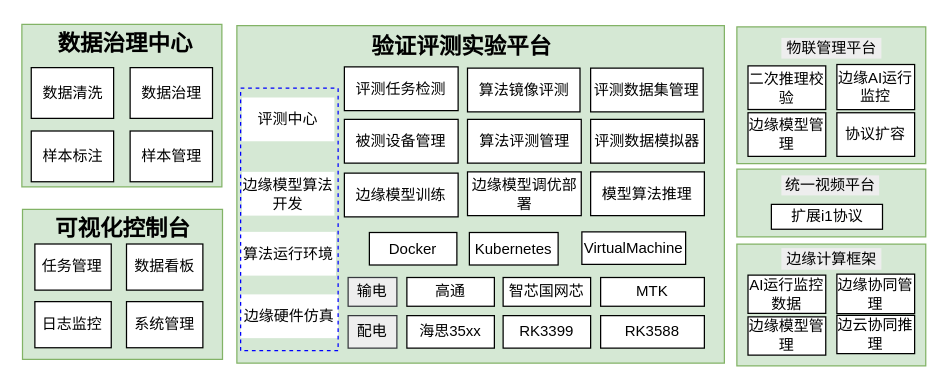
This is page "第 2 页" (2 of 2) of 验证实验评测平台4.0.drawio from paleblackless/diagrams, a draw.io file, before an edit. Source tidied: cells renumbered, new cells numbered last; positions are measured from the earlier drawing's top-left corner, leaving out a move shared by most shapes. Both pictures are drawn from the tidied source at 125%, with x=0, y=0 at pixel (21, 24).
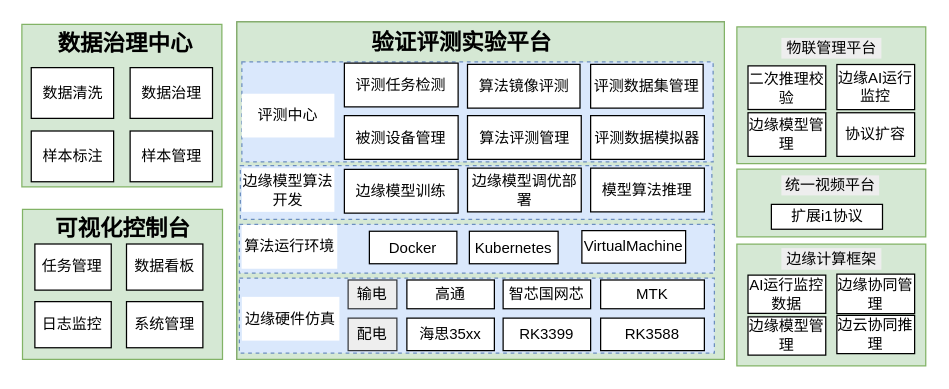
Above is the later version.

Commit message:
更新验证实验评测平台4.0.drawio

Change to the diagram source:
```diff
@@
-    <mxCell id="2" style="group;" parent="1" vertex="1">
-      <mxGeometry x="172" y="1" width="390" height="270" as="geometry" />
+    <mxCell id="2" style="group;fillColor=#f5f5f5;fontColor=#333333;strokeColor=#666666;" parent="1" vertex="1">
+      <mxGeometry x="172" y="-2" width="390" height="270" as="geometry" />
     </mxCell>
@@
+    <mxCell id="61" style="rounded=0;whiteSpace=wrap;html=1;dashed=1;fillColor=#dae8fc;strokeColor=#6c8ebf;" parent="2" vertex="1">
+      <mxGeometry x="2" y="205" width="380" height="60" as="geometry" />
+    </mxCell>
+    <mxCell id="62" style="rounded=0;whiteSpace=wrap;html=1;dashed=1;fillColor=#dae8fc;strokeColor=#6c8ebf;" parent="2" vertex="1">
+      <mxGeometry x="2" y="162" width="380" height="39" as="geometry" />
+    </mxCell>
+    <mxCell id="63" style="rounded=0;whiteSpace=wrap;html=1;dashed=1;fillColor=#dae8fc;strokeColor=#6c8ebf;" parent="2" vertex="1">
+      <mxGeometry x="2.8" y="115" width="377.2" height="43" as="geometry" />
+    </mxCell>
+    <mxCell id="29" style="rounded=0;whiteSpace=wrap;html=1;dashed=1;fillColor=#dae8fc;strokeColor=#6c8ebf;" parent="2" vertex="1">
+      <mxGeometry x="4" y="32" width="377" height="80" as="geometry" />
+    </mxCell>
@@
     <mxCell id="16" value="算法运行环境" style="rounded=0;whiteSpace=wrap;html=1;strokeColor=none;" parent="2" vertex="1">
-      <mxGeometry x="2.8" y="165" width="76.5" height="35" as="geometry" />
+      <mxGeometry x="3.8" y="162.5" width="76.5" height="35" as="geometry" />
     </mxCell>
     <mxCell id="17" value="边缘硬件仿真" style="rounded=0;whiteSpace=wrap;html=1;strokeColor=none;fillColor=#FFFFFF;" parent="2" vertex="1">
-      <mxGeometry x="3" y="215" width="78" height="35" as="geometry" />
+      <mxGeometry x="4" y="220" width="78" height="35" as="geometry" />
     </mxCell>
     <mxCell id="18" value="高通" style="rounded=0;whiteSpace=wrap;html=1;" parent="2" vertex="1">
-      <mxGeometry x="136" y="201.5" width="70" height="23" as="geometry" />
+      <mxGeometry x="136" y="206.5" width="70" height="23" as="geometry" />
     </mxCell>
     <mxCell id="19" value="智芯国网芯" style="rounded=0;whiteSpace=wrap;html=1;" parent="2" vertex="1">
-      <mxGeometry x="213" y="201.5" width="70" height="23" as="geometry" />
+      <mxGeometry x="213" y="206.5" width="70" height="23" as="geometry" />
     </mxCell>
     <mxCell id="20" value="MTK" style="rounded=0;whiteSpace=wrap;html=1;" parent="2" vertex="1">
-      <mxGeometry x="291" y="201.5" width="83" height="23" as="geometry" />
+      <mxGeometry x="291" y="206.5" width="83" height="23" as="geometry" />
     </mxCell>
     <mxCell id="21" value="海思35xx" style="rounded=0;whiteSpace=wrap;html=1;" parent="2" vertex="1">
-      <mxGeometry x="136" y="232" width="70" height="26" as="geometry" />
+      <mxGeometry x="136" y="237" width="70" height="26" as="geometry" />
     </mxCell>
     <mxCell id="22" value="RK3399" style="rounded=0;whiteSpace=wrap;html=1;" parent="2" vertex="1">
-      <mxGeometry x="213" y="232" width="70" height="26" as="geometry" />
+      <mxGeometry x="213" y="237" width="70" height="26" as="geometry" />
     </mxCell>
     <mxCell id="23" value="RK3588" style="rounded=0;whiteSpace=wrap;html=1;" parent="2" vertex="1">
-      <mxGeometry x="291" y="232" width="83" height="26" as="geometry" />
+      <mxGeometry x="291" y="237" width="83" height="26" as="geometry" />
     </mxCell>
     <mxCell id="24" value="输电" style="rounded=0;whiteSpace=wrap;html=1;strokeColor=#36393d;fillColor=#eeeeee;" parent="2" vertex="1">
-      <mxGeometry x="89" y="201.5" width="39" height="23" as="geometry" />
+      <mxGeometry x="89" y="206.5" width="39" height="23" as="geometry" />
     </mxCell>
     <mxCell id="25" value="配电" style="rounded=0;whiteSpace=wrap;html=1;strokeColor=#36393d;fillColor=#eeeeee;" parent="2" vertex="1">
-      <mxGeometry x="89" y="232" width="39" height="26" as="geometry" />
+      <mxGeometry x="89" y="237" width="39" height="26" as="geometry" />
     </mxCell>
     <mxCell id="26" value="Docker" style="rounded=0;whiteSpace=wrap;html=1;" parent="2" vertex="1">
-      <mxGeometry x="106" y="165.5" width="70" height="26" as="geometry" />
+      <mxGeometry x="106" y="167.5" width="70" height="26" as="geometry" />
     </mxCell>
     <mxCell id="27" value="Kubernetes" style="rounded=0;whiteSpace=wrap;html=1;" parent="2" vertex="1">
-      <mxGeometry x="186" y="165.5" width="71" height="26" as="geometry" />
+      <mxGeometry x="186" y="167.5" width="71" height="26" as="geometry" />
     </mxCell>
     <mxCell id="28" value="VirtualMachine" style="rounded=0;whiteSpace=wrap;html=1;" parent="2" vertex="1">
-      <mxGeometry x="276" y="165" width="83" height="26" as="geometry" />
+      <mxGeometry x="276" y="167" width="83" height="26" as="geometry" />
     </mxCell>
-    <mxCell id="29" style="rounded=0;whiteSpace=wrap;html=1;dashed=1;fillColor=none;strokeColor=#0000FF;" parent="2" vertex="1">
-      <mxGeometry x="3" y="50" width="78" height="210" as="geometry" />
-    </mxCell>
```
